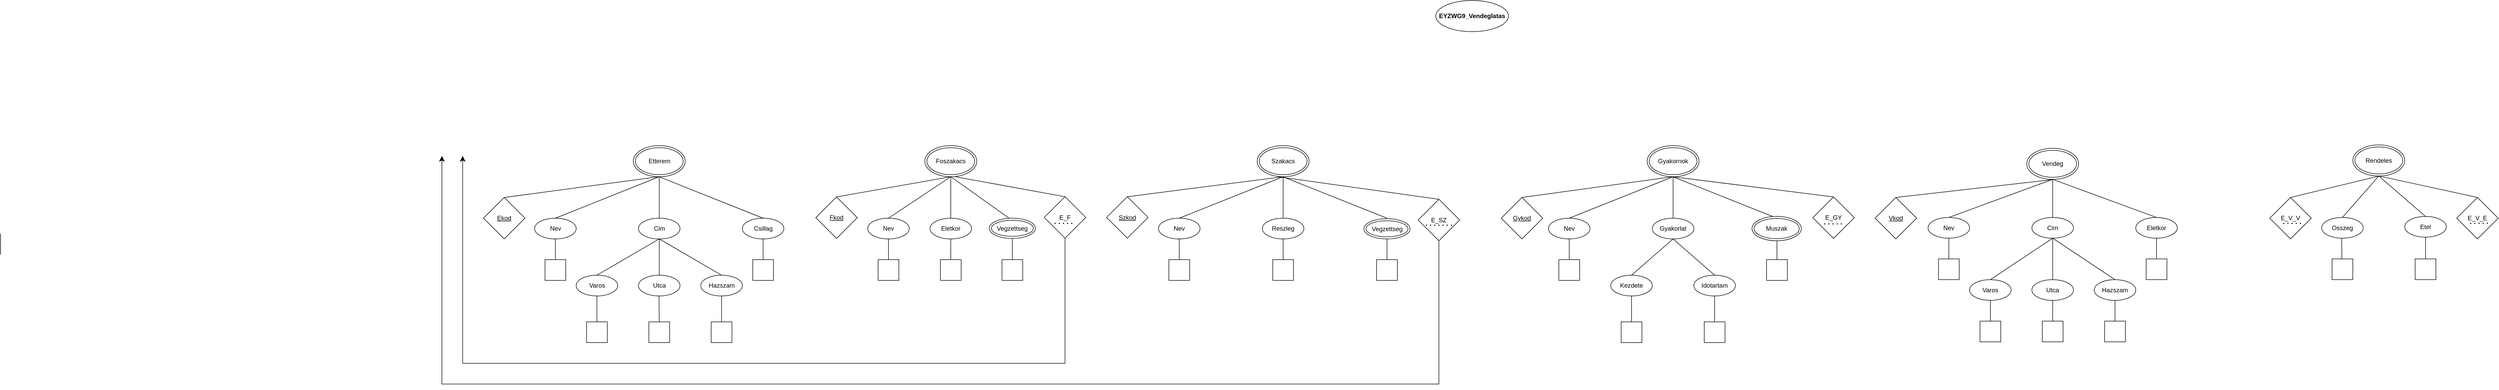
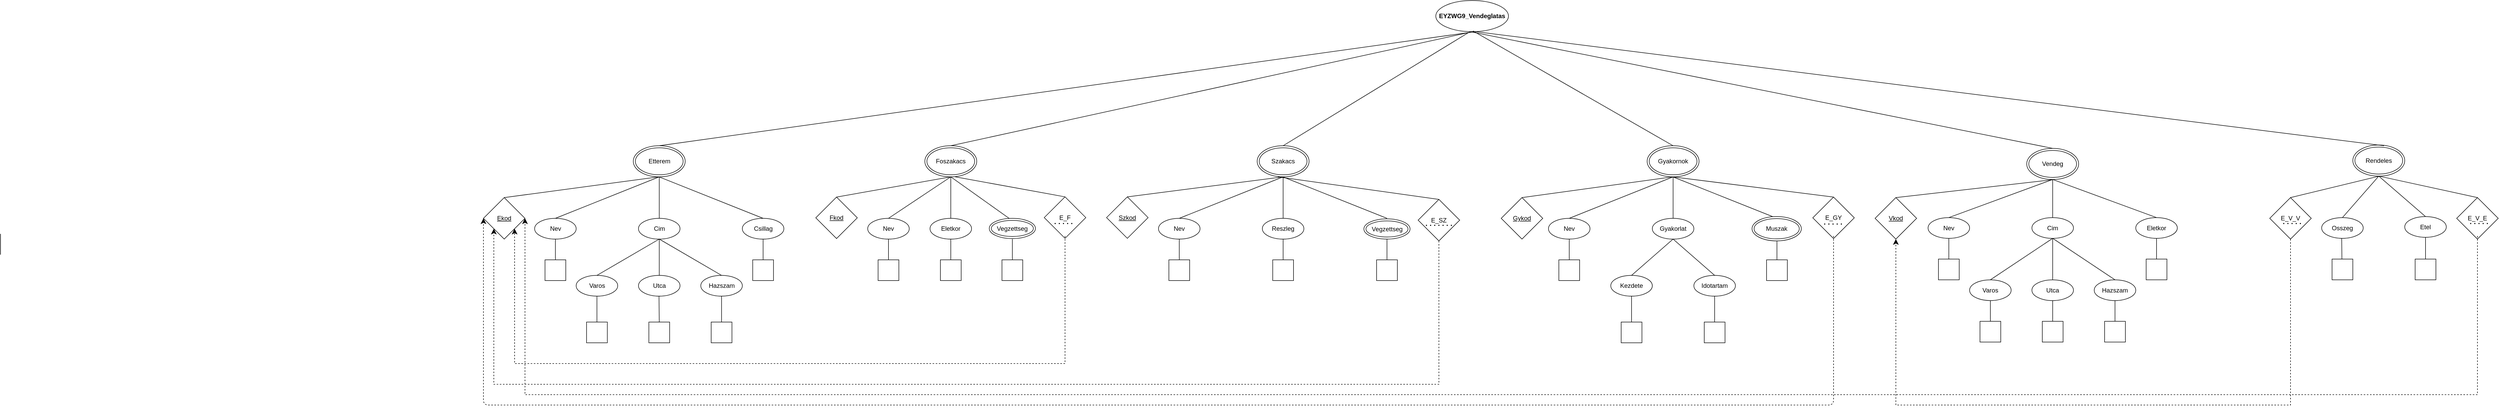
- <mxfile host="app.diagrams.net" agent="Mozilla/5.0 (Windows NT 10.0; Win64; x64) AppleWebKit/537.36 (KHTML, like Gecko) Chrome/146.0.0.0 Safari/537.36" version="29.6.3">
+ <mxfile host="app.diagrams.net" agent="Mozilla/5.0 (Windows NT 10.0; Win64; x64) AppleWebKit/537.36 (KHTML, like Gecko) Chrome/146.0.0.0 Safari/537.36" version="29.6.6">
  <diagram name="Oldal-1" id="nz7WcKxxeswCLz__thEY">
-     <mxGraphModel dx="2580" dy="1579" grid="1" gridSize="10" guides="1" tooltips="1" connect="1" arrows="1" fold="1" page="1" pageScale="1" pageWidth="827" pageHeight="1169" math="0" shadow="0">
+     <mxGraphModel dx="3231" dy="1863" grid="1" gridSize="10" guides="1" tooltips="1" connect="1" arrows="1" fold="1" page="1" pageScale="1" pageWidth="827" pageHeight="1169" math="0" shadow="0">
      <root>
        <mxCell id="0" />
        <mxCell id="1" parent="0" />
        <mxCell id="hJ1O73lJxuiaSyrEaOxn-101" parent="1" style="whiteSpace=wrap;html=1;aspect=fixed;" value="" vertex="1">
          <mxGeometry height="40" width="40" x="3240" y="438.57" as="geometry" />
        </mxCell>
        <mxCell id="hJ1O73lJxuiaSyrEaOxn-102" edge="1" parent="1" style="endArrow=none;html=1;rounded=0;exitX=0.5;exitY=1;exitDx=0;exitDy=0;" value="">
          <mxGeometry height="50" relative="1" width="50" as="geometry">
            <mxPoint x="3258.5699999999997" y="398.57" as="sourcePoint" />
            <mxPoint x="3259" y="438.57" as="targetPoint" />
          </mxGeometry>
        </mxCell>
        <mxCell id="hJ1O73lJxuiaSyrEaOxn-97" parent="1" style="whiteSpace=wrap;html=1;aspect=fixed;" value="" vertex="1">
          <mxGeometry height="40" width="40" x="2882" y="438.57" as="geometry" />
        </mxCell>
        <mxCell id="hJ1O73lJxuiaSyrEaOxn-98" edge="1" parent="1" source="hJ1O73lJxuiaSyrEaOxn-73" style="endArrow=none;html=1;rounded=0;exitX=0.5;exitY=1;exitDx=0;exitDy=0;" target="hJ1O73lJxuiaSyrEaOxn-97" value="">
          <mxGeometry height="50" relative="1" width="50" as="geometry">
            <mxPoint x="2862" y="398.57" as="sourcePoint" />
            <mxPoint x="2762.5" y="438.57" as="targetPoint" />
          </mxGeometry>
        </mxCell>
        <mxCell id="cRNSnMfscdT3k6Sjh0Lz-1" parent="1" style="ellipse;whiteSpace=wrap;html=1;" value="&lt;font dir=&quot;auto&quot; style=&quot;vertical-align: inherit;&quot;&gt;&lt;font dir=&quot;auto&quot; style=&quot;vertical-align: inherit;&quot;&gt;&lt;font dir=&quot;auto&quot; style=&quot;vertical-align: inherit;&quot;&gt;&lt;font dir=&quot;auto&quot; style=&quot;vertical-align: inherit;&quot;&gt;&lt;font dir=&quot;auto&quot; style=&quot;vertical-align: inherit;&quot;&gt;&lt;font dir=&quot;auto&quot; style=&quot;vertical-align: inherit;&quot;&gt;&lt;font dir=&quot;auto&quot; style=&quot;vertical-align: inherit;&quot;&gt;&lt;font dir=&quot;auto&quot; style=&quot;vertical-align: inherit;&quot;&gt;&lt;b&gt;&lt;font dir=&quot;auto&quot; style=&quot;vertical-align: inherit;&quot;&gt;&lt;font dir=&quot;auto&quot; style=&quot;vertical-align: inherit;&quot;&gt;EYZWG9_Vendeglatas&lt;/font&gt;&lt;/font&gt;&lt;/b&gt;&lt;/font&gt;&lt;/font&gt;&lt;/font&gt;&lt;/font&gt;&lt;/font&gt;&lt;/font&gt;&lt;/font&gt;&lt;/font&gt;" vertex="1">
          <mxGeometry height="60" width="140" x="1514" y="-60" as="geometry" />
        </mxCell>
        <mxCell id="cRNSnMfscdT3k6Sjh0Lz-2" parent="1" style="ellipse;shape=doubleEllipse;whiteSpace=wrap;html=1;" value="Etterem" vertex="1">
          <mxGeometry height="60" width="100" x="-31.43" y="220" as="geometry" />
        </mxCell>
        <mxCell id="cRNSnMfscdT3k6Sjh0Lz-5" parent="1" style="ellipse;shape=doubleEllipse;whiteSpace=wrap;html=1;" value="Rendeles" vertex="1">
          <mxGeometry height="60" width="100" x="3280" y="218.57" as="geometry" />
        </mxCell>
        <mxCell id="cRNSnMfscdT3k6Sjh0Lz-16" edge="1" parent="1" style="endArrow=none;html=1;rounded=0;exitX=0.5;exitY=1;exitDx=0;exitDy=0;entryX=0.5;entryY=0;entryDx=0;entryDy=0;" target="cRNSnMfscdT3k6Sjh0Lz-17" value="">
          <mxGeometry height="50" relative="1" width="50" as="geometry">
            <mxPoint x="17.57" y="280" as="sourcePoint" />
            <mxPoint x="-302.43" y="280" as="targetPoint" />
          </mxGeometry>
        </mxCell>
        <mxCell id="cRNSnMfscdT3k6Sjh0Lz-17" parent="1" style="rhombus;whiteSpace=wrap;html=1;" value="&lt;u&gt;Ekod&lt;/u&gt;" vertex="1">
          <mxGeometry height="80" width="80" x="-320" y="320" as="geometry" />
        </mxCell>
        <mxCell id="cRNSnMfscdT3k6Sjh0Lz-18" parent="1" style="ellipse;whiteSpace=wrap;html=1;" value="Nev" vertex="1">
          <mxGeometry height="40" width="80" x="-221.43" y="360" as="geometry" />
        </mxCell>
        <mxCell id="cRNSnMfscdT3k6Sjh0Lz-20" parent="1" style="ellipse;whiteSpace=wrap;html=1;" value="Cim" vertex="1">
          <mxGeometry height="40" width="80" x="-21.43" y="360" as="geometry" />
        </mxCell>
        <mxCell id="cRNSnMfscdT3k6Sjh0Lz-21" parent="1" style="ellipse;whiteSpace=wrap;html=1;" value="Csillag" vertex="1">
          <mxGeometry height="40" width="80" x="178.57" y="360" as="geometry" />
        </mxCell>
        <mxCell id="cRNSnMfscdT3k6Sjh0Lz-22" parent="1" style="ellipse;whiteSpace=wrap;html=1;" value="Varos" vertex="1">
          <mxGeometry height="40" width="80" x="-141.43" y="470" as="geometry" />
        </mxCell>
        <mxCell id="cRNSnMfscdT3k6Sjh0Lz-23" parent="1" style="ellipse;whiteSpace=wrap;html=1;" value="Utca" vertex="1">
          <mxGeometry height="40" width="80" x="-21.43" y="470" as="geometry" />
        </mxCell>
        <mxCell id="cRNSnMfscdT3k6Sjh0Lz-24" parent="1" style="ellipse;whiteSpace=wrap;html=1;" value="Hazszam" vertex="1">
          <mxGeometry height="40" width="80" x="98.57" y="470" as="geometry" />
        </mxCell>
        <mxCell id="cRNSnMfscdT3k6Sjh0Lz-26" edge="1" parent="1" style="endArrow=none;html=1;rounded=0;entryX=0.5;entryY=0;entryDx=0;entryDy=0;" target="cRNSnMfscdT3k6Sjh0Lz-18" value="">
          <mxGeometry height="50" relative="1" width="50" as="geometry">
            <mxPoint x="18.57" y="280" as="sourcePoint" />
            <mxPoint x="-81.43" y="370" as="targetPoint" />
          </mxGeometry>
        </mxCell>
        <mxCell id="cRNSnMfscdT3k6Sjh0Lz-28" edge="1" parent="1" source="cRNSnMfscdT3k6Sjh0Lz-2" style="endArrow=none;html=1;rounded=0;entryX=0.5;entryY=0;entryDx=0;entryDy=0;exitX=0.5;exitY=1;exitDx=0;exitDy=0;" target="cRNSnMfscdT3k6Sjh0Lz-20" value="">
          <mxGeometry height="50" relative="1" width="50" as="geometry">
            <mxPoint x="68.57" y="310" as="sourcePoint" />
            <mxPoint x="-31.43" y="400" as="targetPoint" />
          </mxGeometry>
        </mxCell>
        <mxCell id="cRNSnMfscdT3k6Sjh0Lz-29" edge="1" parent="1" style="endArrow=none;html=1;rounded=0;entryX=0.5;entryY=0;entryDx=0;entryDy=0;exitX=0.5;exitY=1;exitDx=0;exitDy=0;" target="cRNSnMfscdT3k6Sjh0Lz-21" value="">
          <mxGeometry height="50" relative="1" width="50" as="geometry">
            <mxPoint x="18.07" y="280" as="sourcePoint" />
            <mxPoint x="18.07" y="370" as="targetPoint" />
          </mxGeometry>
        </mxCell>
        <mxCell id="cRNSnMfscdT3k6Sjh0Lz-30" edge="1" parent="1" source="cRNSnMfscdT3k6Sjh0Lz-20" style="endArrow=none;html=1;rounded=0;entryX=0.5;entryY=0;entryDx=0;entryDy=0;exitX=0.5;exitY=1;exitDx=0;exitDy=0;" target="cRNSnMfscdT3k6Sjh0Lz-22" value="">
          <mxGeometry height="50" relative="1" width="50" as="geometry">
            <mxPoint x="-71.93" y="380" as="sourcePoint" />
            <mxPoint x="-71.93" y="470" as="targetPoint" />
          </mxGeometry>
        </mxCell>
        <mxCell id="cRNSnMfscdT3k6Sjh0Lz-32" edge="1" parent="1" source="cRNSnMfscdT3k6Sjh0Lz-20" style="endArrow=none;html=1;rounded=0;entryX=0.5;entryY=0;entryDx=0;entryDy=0;exitX=0.5;exitY=1;exitDx=0;exitDy=0;" target="cRNSnMfscdT3k6Sjh0Lz-24" value="">
          <mxGeometry height="50" relative="1" width="50" as="geometry">
            <mxPoint x="18.07" y="410" as="sourcePoint" />
            <mxPoint x="18.07" y="470" as="targetPoint" />
          </mxGeometry>
        </mxCell>
        <mxCell id="cRNSnMfscdT3k6Sjh0Lz-46" parent="1" style="whiteSpace=wrap;html=1;aspect=fixed;" value="" vertex="1">
          <mxGeometry height="40" width="40" x="-121.43" y="560" as="geometry" />
        </mxCell>
        <mxCell id="cRNSnMfscdT3k6Sjh0Lz-52" edge="1" parent="1" style="endArrow=none;html=1;rounded=0;exitX=0.5;exitY=1;exitDx=0;exitDy=0;entryX=0.5;entryY=0;entryDx=0;entryDy=0;" target="cRNSnMfscdT3k6Sjh0Lz-50" value="">
          <mxGeometry height="50" relative="1" width="50" as="geometry">
            <mxPoint x="18.07" y="510" as="sourcePoint" />
            <mxPoint x="18.57" y="550" as="targetPoint" />
          </mxGeometry>
        </mxCell>
        <mxCell id="cRNSnMfscdT3k6Sjh0Lz-50" parent="1" style="whiteSpace=wrap;html=1;aspect=fixed;" value="" vertex="1">
          <mxGeometry height="40" width="40" x="-1.43" y="560" as="geometry" />
        </mxCell>
        <mxCell id="cRNSnMfscdT3k6Sjh0Lz-51" parent="1" style="whiteSpace=wrap;html=1;aspect=fixed;" value="" vertex="1">
          <mxGeometry height="40" width="40" x="118.57" y="560" as="geometry" />
        </mxCell>
        <mxCell id="cRNSnMfscdT3k6Sjh0Lz-56" edge="1" parent="1" source="cRNSnMfscdT3k6Sjh0Lz-21" style="endArrow=none;html=1;rounded=0;exitX=0.5;exitY=1;exitDx=0;exitDy=0;" target="cRNSnMfscdT3k6Sjh0Lz-55" value="">
          <mxGeometry height="50" relative="1" width="50" as="geometry">
            <Array as="points" />
            <mxPoint x="188.57" y="430" as="sourcePoint" />
            <mxPoint x="188.07" y="460" as="targetPoint" />
          </mxGeometry>
        </mxCell>
        <mxCell id="cRNSnMfscdT3k6Sjh0Lz-55" parent="1" style="whiteSpace=wrap;html=1;aspect=fixed;" value="" vertex="1">
          <mxGeometry height="40" width="40" x="198.57" y="440" as="geometry" />
        </mxCell>
        <mxCell id="hJ1O73lJxuiaSyrEaOxn-1" edge="1" parent="1" source="hJ1O73lJxuiaSyrEaOxn-3" style="endArrow=none;html=1;rounded=0;exitX=0.5;exitY=0;exitDx=0;exitDy=0;entryX=0.5;entryY=1;entryDx=0;entryDy=0;" target="cRNSnMfscdT3k6Sjh0Lz-18" value="">
          <mxGeometry height="50" relative="1" width="50" as="geometry">
            <mxPoint x="-151.43" y="440" as="sourcePoint" />
            <mxPoint x="-151.43" y="410" as="targetPoint" />
          </mxGeometry>
        </mxCell>
        <mxCell id="hJ1O73lJxuiaSyrEaOxn-3" parent="1" style="whiteSpace=wrap;html=1;aspect=fixed;" value="" vertex="1">
          <mxGeometry height="40" width="40" x="-201.43" y="440" as="geometry" />
        </mxCell>
        <mxCell id="hJ1O73lJxuiaSyrEaOxn-5" edge="1" parent="1" source="cRNSnMfscdT3k6Sjh0Lz-24" style="endArrow=none;html=1;rounded=0;exitX=0.5;exitY=1;exitDx=0;exitDy=0;" target="cRNSnMfscdT3k6Sjh0Lz-51" value="">
          <mxGeometry height="50" relative="1" width="50" as="geometry">
            <mxPoint x="18.57" y="520" as="sourcePoint" />
            <mxPoint x="19.07" y="560" as="targetPoint" />
          </mxGeometry>
        </mxCell>
        <mxCell id="hJ1O73lJxuiaSyrEaOxn-8" edge="1" parent="1" source="cRNSnMfscdT3k6Sjh0Lz-46" style="endArrow=none;html=1;rounded=0;entryX=0.5;entryY=1;entryDx=0;entryDy=0;" target="cRNSnMfscdT3k6Sjh0Lz-22" value="">
          <mxGeometry height="50" relative="1" width="50" as="geometry">
            <mxPoint x="-141.43" y="560" as="sourcePoint" />
            <mxPoint x="-91.43" y="510" as="targetPoint" />
          </mxGeometry>
        </mxCell>
        <mxCell id="hJ1O73lJxuiaSyrEaOxn-16" parent="1" style="ellipse;whiteSpace=wrap;html=1;" value="Osszeg" vertex="1">
          <mxGeometry height="40" width="80" x="3220" y="358.57" as="geometry" />
        </mxCell>
        <mxCell id="hJ1O73lJxuiaSyrEaOxn-19" edge="1" parent="1" source="cRNSnMfscdT3k6Sjh0Lz-5" style="endArrow=none;html=1;rounded=0;entryX=0.5;entryY=0;entryDx=0;entryDy=0;exitX=0.5;exitY=1;exitDx=0;exitDy=0;" target="hJ1O73lJxuiaSyrEaOxn-16" value="">
          <mxGeometry height="50" relative="1" width="50" as="geometry">
            <mxPoint x="3070" y="338.57" as="sourcePoint" />
            <mxPoint x="3270.5" y="418.57" as="targetPoint" />
          </mxGeometry>
        </mxCell>
        <mxCell id="hJ1O73lJxuiaSyrEaOxn-17" parent="1" style="ellipse;whiteSpace=wrap;html=1;" value="Etel" vertex="1">
          <mxGeometry height="40" width="80" x="3380" y="356.57" as="geometry" />
        </mxCell>
        <mxCell id="hJ1O73lJxuiaSyrEaOxn-20" edge="1" parent="1" style="endArrow=none;html=1;rounded=0;entryX=0.5;entryY=0;entryDx=0;entryDy=0;" target="hJ1O73lJxuiaSyrEaOxn-17" value="">
          <mxGeometry height="50" relative="1" width="50" as="geometry">
            <mxPoint x="3330" y="278.57" as="sourcePoint" />
            <mxPoint x="3250" y="358.57" as="targetPoint" />
          </mxGeometry>
        </mxCell>
        <mxCell id="hJ1O73lJxuiaSyrEaOxn-70" parent="1" style="ellipse;shape=doubleEllipse;whiteSpace=wrap;html=1;" value="Vendeg" vertex="1">
          <mxGeometry height="60" width="100" x="2652" y="225.07" as="geometry" />
        </mxCell>
        <mxCell id="hJ1O73lJxuiaSyrEaOxn-71" parent="1" style="ellipse;whiteSpace=wrap;html=1;" value="Cim" vertex="1">
          <mxGeometry height="40" width="80" x="2662" y="358.57" as="geometry" />
        </mxCell>
        <mxCell id="hJ1O73lJxuiaSyrEaOxn-73" parent="1" style="ellipse;whiteSpace=wrap;html=1;" value="Eletkor" vertex="1">
          <mxGeometry height="40" width="80" x="2862" y="358.57" as="geometry" />
        </mxCell>
        <mxCell id="hJ1O73lJxuiaSyrEaOxn-74" parent="1" style="ellipse;whiteSpace=wrap;html=1;" value="Nev" vertex="1">
          <mxGeometry height="40" width="80" x="2462" y="358.57" as="geometry" />
        </mxCell>
        <mxCell id="hJ1O73lJxuiaSyrEaOxn-75" parent="1" style="ellipse;whiteSpace=wrap;html=1;" value="Varos" vertex="1">
          <mxGeometry height="40" width="80" x="2542" y="478.57" as="geometry" />
        </mxCell>
        <mxCell id="hJ1O73lJxuiaSyrEaOxn-76" parent="1" style="ellipse;whiteSpace=wrap;html=1;" value="Utca" vertex="1">
          <mxGeometry height="40" width="80" x="2662" y="478.57" as="geometry" />
        </mxCell>
        <mxCell id="hJ1O73lJxuiaSyrEaOxn-77" parent="1" style="ellipse;whiteSpace=wrap;html=1;" value="Hazszam" vertex="1">
          <mxGeometry height="40" width="80" x="2782" y="478.57" as="geometry" />
        </mxCell>
        <mxCell id="hJ1O73lJxuiaSyrEaOxn-78" edge="1" parent="1" source="hJ1O73lJxuiaSyrEaOxn-70" style="endArrow=none;html=1;rounded=0;entryX=0.5;entryY=0;entryDx=0;entryDy=0;exitX=0.5;exitY=1;exitDx=0;exitDy=0;" target="hJ1O73lJxuiaSyrEaOxn-71" value="">
          <mxGeometry height="50" relative="1" width="50" as="geometry">
            <mxPoint x="2722" y="238.57" as="sourcePoint" />
            <mxPoint x="2622" y="328.57" as="targetPoint" />
          </mxGeometry>
        </mxCell>
        <mxCell id="hJ1O73lJxuiaSyrEaOxn-79" edge="1" parent="1" source="hJ1O73lJxuiaSyrEaOxn-70" style="endArrow=none;html=1;rounded=0;entryX=0.5;entryY=0;entryDx=0;entryDy=0;exitX=0.5;exitY=1;exitDx=0;exitDy=0;" target="hJ1O73lJxuiaSyrEaOxn-73" value="">
          <mxGeometry height="50" relative="1" width="50" as="geometry">
            <mxPoint x="2772" y="268.57" as="sourcePoint" />
            <mxPoint x="2672" y="358.57" as="targetPoint" />
          </mxGeometry>
        </mxCell>
        <mxCell id="hJ1O73lJxuiaSyrEaOxn-80" edge="1" parent="1" source="hJ1O73lJxuiaSyrEaOxn-70" style="endArrow=none;html=1;rounded=0;entryX=0.5;entryY=0;entryDx=0;entryDy=0;exitX=0.5;exitY=1;exitDx=0;exitDy=0;" value="">
          <mxGeometry height="50" relative="1" width="50" as="geometry">
            <mxPoint x="2721.5" y="238.57" as="sourcePoint" />
            <mxPoint x="2502" y="358.57" as="targetPoint" />
          </mxGeometry>
        </mxCell>
        <mxCell id="hJ1O73lJxuiaSyrEaOxn-81" edge="1" parent="1" source="hJ1O73lJxuiaSyrEaOxn-71" style="endArrow=none;html=1;rounded=0;entryX=0.5;entryY=0;entryDx=0;entryDy=0;exitX=0.5;exitY=1;exitDx=0;exitDy=0;" target="hJ1O73lJxuiaSyrEaOxn-75" value="">
          <mxGeometry height="50" relative="1" width="50" as="geometry">
            <mxPoint x="2791.5" y="378.57" as="sourcePoint" />
            <mxPoint x="2582" y="508.57" as="targetPoint" />
          </mxGeometry>
        </mxCell>
        <mxCell id="hJ1O73lJxuiaSyrEaOxn-83" edge="1" parent="1" source="hJ1O73lJxuiaSyrEaOxn-71" style="endArrow=none;html=1;rounded=0;entryX=0.5;entryY=0;entryDx=0;entryDy=0;exitX=0.5;exitY=1;exitDx=0;exitDy=0;" target="hJ1O73lJxuiaSyrEaOxn-77" value="">
          <mxGeometry height="50" relative="1" width="50" as="geometry">
            <mxPoint x="2921.5" y="408.57" as="sourcePoint" />
            <mxPoint x="2921.5" y="468.57" as="targetPoint" />
          </mxGeometry>
        </mxCell>
        <mxCell id="hJ1O73lJxuiaSyrEaOxn-85" edge="1" parent="1" source="hJ1O73lJxuiaSyrEaOxn-76" style="endArrow=none;html=1;rounded=0;exitX=0.5;exitY=1;exitDx=0;exitDy=0;entryX=0.5;entryY=0;entryDx=0;entryDy=0;" target="hJ1O73lJxuiaSyrEaOxn-86" value="">
          <mxGeometry height="50" relative="1" width="50" as="geometry">
            <mxPoint x="2721.5" y="548.57" as="sourcePoint" />
            <mxPoint x="2722" y="588.57" as="targetPoint" />
          </mxGeometry>
        </mxCell>
        <mxCell id="hJ1O73lJxuiaSyrEaOxn-86" parent="1" style="whiteSpace=wrap;html=1;aspect=fixed;" value="" vertex="1">
          <mxGeometry height="40" width="40" x="2682" y="558.57" as="geometry" />
        </mxCell>
        <mxCell id="hJ1O73lJxuiaSyrEaOxn-87" parent="1" style="whiteSpace=wrap;html=1;aspect=fixed;" value="" vertex="1">
          <mxGeometry height="40" width="40" x="2802" y="558.57" as="geometry" />
        </mxCell>
        <mxCell id="hJ1O73lJxuiaSyrEaOxn-88" edge="1" parent="1" style="endArrow=none;html=1;rounded=0;exitX=0.5;exitY=1;exitDx=0;exitDy=0;" target="hJ1O73lJxuiaSyrEaOxn-89" value="">
          <mxGeometry height="50" relative="1" width="50" as="geometry">
            <Array as="points" />
            <mxPoint x="2502" y="398.57" as="sourcePoint" />
            <mxPoint x="2531.5" y="458.57" as="targetPoint" />
          </mxGeometry>
        </mxCell>
        <mxCell id="hJ1O73lJxuiaSyrEaOxn-89" parent="1" style="whiteSpace=wrap;html=1;aspect=fixed;" value="" vertex="1">
          <mxGeometry height="40" width="40" x="2482" y="438.57" as="geometry" />
        </mxCell>
        <mxCell id="hJ1O73lJxuiaSyrEaOxn-92" edge="1" parent="1" source="hJ1O73lJxuiaSyrEaOxn-77" style="endArrow=none;html=1;rounded=0;exitX=0.5;exitY=1;exitDx=0;exitDy=0;" target="hJ1O73lJxuiaSyrEaOxn-87" value="">
          <mxGeometry height="50" relative="1" width="50" as="geometry">
            <mxPoint x="2722" y="558.57" as="sourcePoint" />
            <mxPoint x="2722.5" y="598.57" as="targetPoint" />
          </mxGeometry>
        </mxCell>
        <mxCell id="hJ1O73lJxuiaSyrEaOxn-93" edge="1" parent="1" source="hJ1O73lJxuiaSyrEaOxn-84" style="endArrow=none;html=1;rounded=0;entryX=0.5;entryY=1;entryDx=0;entryDy=0;" target="hJ1O73lJxuiaSyrEaOxn-75" value="">
          <mxGeometry height="50" relative="1" width="50" as="geometry">
            <mxPoint x="2582" y="598.57" as="sourcePoint" />
            <mxPoint x="2582" y="548.57" as="targetPoint" />
          </mxGeometry>
        </mxCell>
        <mxCell id="hJ1O73lJxuiaSyrEaOxn-99" parent="1" style="whiteSpace=wrap;html=1;aspect=fixed;" value="" vertex="1">
          <mxGeometry height="40" width="40" x="3400" y="438.57" as="geometry" />
        </mxCell>
        <mxCell id="hJ1O73lJxuiaSyrEaOxn-100" edge="1" parent="1" source="hJ1O73lJxuiaSyrEaOxn-17" style="endArrow=none;html=1;rounded=0;exitX=0.5;exitY=1;exitDx=0;exitDy=0;entryX=0.5;entryY=0;entryDx=0;entryDy=0;" target="hJ1O73lJxuiaSyrEaOxn-99" value="">
          <mxGeometry height="50" relative="1" width="50" as="geometry">
            <mxPoint x="3430" y="398.57" as="sourcePoint" />
            <mxPoint x="3430" y="438.57" as="targetPoint" />
          </mxGeometry>
        </mxCell>
        <mxCell id="hJ1O73lJxuiaSyrEaOxn-94" edge="1" parent="1" source="hJ1O73lJxuiaSyrEaOxn-71" style="endArrow=none;html=1;rounded=0;entryX=0.5;entryY=0;entryDx=0;entryDy=0;exitX=0.5;exitY=1;exitDx=0;exitDy=0;" target="hJ1O73lJxuiaSyrEaOxn-76" value="">
          <mxGeometry height="50" relative="1" width="50" as="geometry">
            <mxPoint x="2922" y="398.57" as="sourcePoint" />
            <mxPoint x="2872" y="488.57" as="targetPoint" />
          </mxGeometry>
        </mxCell>
        <mxCell id="RG7e_Q1HWxDHngHTMkDe-1" parent="1" style="ellipse;shape=doubleEllipse;whiteSpace=wrap;html=1;" value="Szakacs" vertex="1">
          <mxGeometry height="60" width="100" x="1170" y="220" as="geometry" />
        </mxCell>
        <mxCell id="RG7e_Q1HWxDHngHTMkDe-2" edge="1" parent="1" source="RG7e_Q1HWxDHngHTMkDe-1" style="endArrow=none;html=1;rounded=0;exitX=0.5;exitY=1;exitDx=0;exitDy=0;entryX=0.5;entryY=0;entryDx=0;entryDy=0;" target="RG7e_Q1HWxDHngHTMkDe-3" value="">
          <mxGeometry height="50" relative="1" width="50" as="geometry">
            <mxPoint x="1160" y="330" as="sourcePoint" />
            <mxPoint x="1160" y="320" as="targetPoint" />
          </mxGeometry>
        </mxCell>
        <mxCell id="RG7e_Q1HWxDHngHTMkDe-3" parent="1" style="rhombus;whiteSpace=wrap;html=1;" value="&lt;u&gt;Szkod&lt;/u&gt;" vertex="1">
          <mxGeometry height="80" width="80" x="880" y="318.57" as="geometry" />
        </mxCell>
        <mxCell id="RG7e_Q1HWxDHngHTMkDe-4" parent="1" style="ellipse;whiteSpace=wrap;html=1;" value="Nev" vertex="1">
          <mxGeometry height="40" width="80" x="980" y="360" as="geometry" />
        </mxCell>
        <mxCell id="RG7e_Q1HWxDHngHTMkDe-6" parent="1" style="ellipse;whiteSpace=wrap;html=1;" value="Reszleg" vertex="1">
          <mxGeometry height="40" width="80" x="1180" y="360" as="geometry" />
        </mxCell>
        <mxCell id="RG7e_Q1HWxDHngHTMkDe-11" edge="1" parent="1" style="endArrow=none;html=1;rounded=0;entryX=0.5;entryY=0;entryDx=0;entryDy=0;" target="RG7e_Q1HWxDHngHTMkDe-4" value="">
          <mxGeometry height="50" relative="1" width="50" as="geometry">
            <mxPoint x="1220" y="280" as="sourcePoint" />
            <mxPoint x="1120" y="370" as="targetPoint" />
          </mxGeometry>
        </mxCell>
        <mxCell id="RG7e_Q1HWxDHngHTMkDe-12" edge="1" parent="1" source="RG7e_Q1HWxDHngHTMkDe-1" style="endArrow=none;html=1;rounded=0;entryX=0.5;entryY=0;entryDx=0;entryDy=0;exitX=0.5;exitY=1;exitDx=0;exitDy=0;" target="RG7e_Q1HWxDHngHTMkDe-6" value="">
          <mxGeometry height="50" relative="1" width="50" as="geometry">
            <mxPoint x="1270" y="310" as="sourcePoint" />
            <mxPoint x="1170" y="400" as="targetPoint" />
          </mxGeometry>
        </mxCell>
        <mxCell id="RG7e_Q1HWxDHngHTMkDe-13" edge="1" parent="1" style="endArrow=none;html=1;rounded=0;entryX=0.5;entryY=0;entryDx=0;entryDy=0;exitX=0.5;exitY=1;exitDx=0;exitDy=0;" value="">
          <mxGeometry height="50" relative="1" width="50" as="geometry">
            <mxPoint x="1219.5" y="280" as="sourcePoint" />
            <mxPoint x="1420" y="360" as="targetPoint" />
          </mxGeometry>
        </mxCell>
        <mxCell id="RG7e_Q1HWxDHngHTMkDe-23" edge="1" parent="1" style="endArrow=none;html=1;rounded=0;exitX=0.5;exitY=1;exitDx=0;exitDy=0;" value="">
          <mxGeometry height="50" relative="1" width="50" as="geometry">
            <Array as="points" />
            <mxPoint x="-1249.9999999999995" y="390" as="sourcePoint" />
            <mxPoint x="-1249.9999999999995" y="430" as="targetPoint" />
          </mxGeometry>
        </mxCell>
        <mxCell id="RG7e_Q1HWxDHngHTMkDe-24" parent="1" style="whiteSpace=wrap;html=1;aspect=fixed;" value="" vertex="1">
          <mxGeometry height="40" width="40" x="1400" y="440" as="geometry" />
        </mxCell>
        <mxCell id="RG7e_Q1HWxDHngHTMkDe-25" edge="1" parent="1" source="RG7e_Q1HWxDHngHTMkDe-26" style="endArrow=none;html=1;rounded=0;exitX=0.5;exitY=0;exitDx=0;exitDy=0;entryX=0.5;entryY=1;entryDx=0;entryDy=0;" target="RG7e_Q1HWxDHngHTMkDe-4" value="">
          <mxGeometry height="50" relative="1" width="50" as="geometry">
            <mxPoint x="1050" y="440" as="sourcePoint" />
            <mxPoint x="1050" y="410" as="targetPoint" />
          </mxGeometry>
        </mxCell>
        <mxCell id="RG7e_Q1HWxDHngHTMkDe-26" parent="1" style="whiteSpace=wrap;html=1;aspect=fixed;" value="" vertex="1">
          <mxGeometry height="40" width="40" x="1000" y="440" as="geometry" />
        </mxCell>
        <mxCell id="RG7e_Q1HWxDHngHTMkDe-29" edge="1" parent="1" source="RG7e_Q1HWxDHngHTMkDe-6" style="endArrow=none;html=1;rounded=0;exitX=0.5;exitY=1;exitDx=0;exitDy=0;entryX=0.5;entryY=0;entryDx=0;entryDy=0;" target="RG7e_Q1HWxDHngHTMkDe-30" value="">
          <mxGeometry height="50" relative="1" width="50" as="geometry">
            <mxPoint x="930" y="440" as="sourcePoint" />
            <mxPoint x="1220" y="430" as="targetPoint" />
          </mxGeometry>
        </mxCell>
        <mxCell id="RG7e_Q1HWxDHngHTMkDe-30" parent="1" style="whiteSpace=wrap;html=1;aspect=fixed;" value="" vertex="1">
          <mxGeometry height="40" width="40" x="1200" y="440" as="geometry" />
        </mxCell>
        <mxCell id="RG7e_Q1HWxDHngHTMkDe-33" parent="1" style="ellipse;shape=doubleEllipse;whiteSpace=wrap;html=1;" value="Foszakacs" vertex="1">
          <mxGeometry height="60" width="100" x="530" y="220" as="geometry" />
        </mxCell>
        <mxCell id="RG7e_Q1HWxDHngHTMkDe-35" parent="1" style="rhombus;whiteSpace=wrap;html=1;" value="&lt;u&gt;Fkod&lt;/u&gt;" vertex="1">
          <mxGeometry height="80" width="80" x="320" y="319" as="geometry" />
        </mxCell>
        <mxCell id="RG7e_Q1HWxDHngHTMkDe-36" parent="1" style="ellipse;whiteSpace=wrap;html=1;" value="Nev" vertex="1">
          <mxGeometry height="40" width="80" x="420" y="360" as="geometry" />
        </mxCell>
        <mxCell id="RG7e_Q1HWxDHngHTMkDe-37" parent="1" style="ellipse;whiteSpace=wrap;html=1;" value="Eletkor" vertex="1">
          <mxGeometry height="40" width="80" x="540" y="360" as="geometry" />
        </mxCell>
        <mxCell id="RG7e_Q1HWxDHngHTMkDe-40" edge="1" parent="1" source="RG7e_Q1HWxDHngHTMkDe-33" style="endArrow=none;html=1;rounded=0;entryX=0.5;entryY=0;entryDx=0;entryDy=0;exitX=0.5;exitY=1;exitDx=0;exitDy=0;" target="RG7e_Q1HWxDHngHTMkDe-37" value="">
          <mxGeometry height="50" relative="1" width="50" as="geometry">
            <mxPoint x="710" y="310" as="sourcePoint" />
            <mxPoint x="610" y="400" as="targetPoint" />
          </mxGeometry>
        </mxCell>
        <mxCell id="RG7e_Q1HWxDHngHTMkDe-44" edge="1" parent="1" style="endArrow=none;html=1;rounded=0;exitX=0.5;exitY=1;exitDx=0;exitDy=0;" target="RG7e_Q1HWxDHngHTMkDe-45" value="">
          <mxGeometry height="50" relative="1" width="50" as="geometry">
            <Array as="points" />
            <mxPoint x="698.5699999999997" y="400" as="sourcePoint" />
            <mxPoint x="829.5" y="460" as="targetPoint" />
          </mxGeometry>
        </mxCell>
        <mxCell id="RG7e_Q1HWxDHngHTMkDe-45" parent="1" style="whiteSpace=wrap;html=1;aspect=fixed;" value="" vertex="1">
          <mxGeometry height="40" width="40" x="678.5699999999999" y="440" as="geometry" />
        </mxCell>
        <mxCell id="RG7e_Q1HWxDHngHTMkDe-46" edge="1" parent="1" source="RG7e_Q1HWxDHngHTMkDe-47" style="endArrow=none;html=1;rounded=0;exitX=0.5;exitY=0;exitDx=0;exitDy=0;entryX=0.5;entryY=1;entryDx=0;entryDy=0;" target="RG7e_Q1HWxDHngHTMkDe-36" value="">
          <mxGeometry height="50" relative="1" width="50" as="geometry">
            <mxPoint x="490" y="440" as="sourcePoint" />
            <mxPoint x="490" y="410" as="targetPoint" />
          </mxGeometry>
        </mxCell>
        <mxCell id="RG7e_Q1HWxDHngHTMkDe-47" parent="1" style="whiteSpace=wrap;html=1;aspect=fixed;" value="" vertex="1">
          <mxGeometry height="40" width="40" x="440" y="440" as="geometry" />
        </mxCell>
        <mxCell id="RG7e_Q1HWxDHngHTMkDe-48" edge="1" parent="1" source="RG7e_Q1HWxDHngHTMkDe-37" style="endArrow=none;html=1;rounded=0;exitX=0.5;exitY=1;exitDx=0;exitDy=0;entryX=0.5;entryY=0;entryDx=0;entryDy=0;" target="RG7e_Q1HWxDHngHTMkDe-49" value="">
          <mxGeometry height="50" relative="1" width="50" as="geometry">
            <mxPoint x="370" y="440" as="sourcePoint" />
            <mxPoint x="660" y="430" as="targetPoint" />
          </mxGeometry>
        </mxCell>
        <mxCell id="RG7e_Q1HWxDHngHTMkDe-49" parent="1" style="whiteSpace=wrap;html=1;aspect=fixed;" value="" vertex="1">
          <mxGeometry height="40" width="40" x="560" y="440" as="geometry" />
        </mxCell>
        <mxCell id="RG7e_Q1HWxDHngHTMkDe-50" parent="1" style="ellipse;shape=doubleEllipse;whiteSpace=wrap;html=1;" value="Gyakornok" vertex="1">
          <mxGeometry height="60" width="100" x="1921" y="220" as="geometry" />
        </mxCell>
        <mxCell id="RG7e_Q1HWxDHngHTMkDe-52" parent="1" style="rhombus;whiteSpace=wrap;html=1;" value="&lt;u&gt;Gykod&lt;/u&gt;" vertex="1">
          <mxGeometry height="80" width="80" x="1640" y="320" as="geometry" />
        </mxCell>
        <mxCell id="RG7e_Q1HWxDHngHTMkDe-53" parent="1" style="ellipse;whiteSpace=wrap;html=1;" value="Nev" vertex="1">
          <mxGeometry height="40" width="80" x="1731" y="360" as="geometry" />
        </mxCell>
        <mxCell id="RG7e_Q1HWxDHngHTMkDe-55" parent="1" style="ellipse;whiteSpace=wrap;html=1;" value="Gyakorlat" vertex="1">
          <mxGeometry height="40" width="80" x="1931" y="360" as="geometry" />
        </mxCell>
        <mxCell id="RG7e_Q1HWxDHngHTMkDe-57" parent="1" style="ellipse;whiteSpace=wrap;html=1;" value="Kezdete" vertex="1">
          <mxGeometry height="40" width="80" x="1851" y="470" as="geometry" />
        </mxCell>
        <mxCell id="RG7e_Q1HWxDHngHTMkDe-59" parent="1" style="ellipse;whiteSpace=wrap;html=1;" value="Idotartam" vertex="1">
          <mxGeometry height="40" width="80" x="2011" y="470" as="geometry" />
        </mxCell>
        <mxCell id="RG7e_Q1HWxDHngHTMkDe-60" edge="1" parent="1" style="endArrow=none;html=1;rounded=0;entryX=0.5;entryY=0;entryDx=0;entryDy=0;" target="RG7e_Q1HWxDHngHTMkDe-53" value="">
          <mxGeometry height="50" relative="1" width="50" as="geometry">
            <mxPoint x="1971" y="280" as="sourcePoint" />
            <mxPoint x="1871" y="370" as="targetPoint" />
          </mxGeometry>
        </mxCell>
        <mxCell id="RG7e_Q1HWxDHngHTMkDe-61" edge="1" parent="1" source="RG7e_Q1HWxDHngHTMkDe-50" style="endArrow=none;html=1;rounded=0;entryX=0.5;entryY=0;entryDx=0;entryDy=0;exitX=0.5;exitY=1;exitDx=0;exitDy=0;" target="RG7e_Q1HWxDHngHTMkDe-55" value="">
          <mxGeometry height="50" relative="1" width="50" as="geometry">
            <mxPoint x="2021" y="310" as="sourcePoint" />
            <mxPoint x="1921" y="400" as="targetPoint" />
          </mxGeometry>
        </mxCell>
        <mxCell id="RG7e_Q1HWxDHngHTMkDe-62" edge="1" parent="1" style="endArrow=none;html=1;rounded=0;entryX=0.5;entryY=0;entryDx=0;entryDy=0;exitX=0.5;exitY=1;exitDx=0;exitDy=0;" value="">
          <mxGeometry height="50" relative="1" width="50" as="geometry">
            <mxPoint x="1970.5" y="280" as="sourcePoint" />
            <mxPoint x="2171" y="360" as="targetPoint" />
          </mxGeometry>
        </mxCell>
        <mxCell id="RG7e_Q1HWxDHngHTMkDe-63" edge="1" parent="1" source="RG7e_Q1HWxDHngHTMkDe-55" style="endArrow=none;html=1;rounded=0;entryX=0.5;entryY=0;entryDx=0;entryDy=0;exitX=0.5;exitY=1;exitDx=0;exitDy=0;" target="RG7e_Q1HWxDHngHTMkDe-57" value="">
          <mxGeometry height="50" relative="1" width="50" as="geometry">
            <mxPoint x="1880.5" y="380" as="sourcePoint" />
            <mxPoint x="1880.5" y="470" as="targetPoint" />
          </mxGeometry>
        </mxCell>
        <mxCell id="RG7e_Q1HWxDHngHTMkDe-65" edge="1" parent="1" source="RG7e_Q1HWxDHngHTMkDe-55" style="endArrow=none;html=1;rounded=0;entryX=0.5;entryY=0;entryDx=0;entryDy=0;exitX=0.5;exitY=1;exitDx=0;exitDy=0;" target="RG7e_Q1HWxDHngHTMkDe-59" value="">
          <mxGeometry height="50" relative="1" width="50" as="geometry">
            <mxPoint x="1970.5" y="410" as="sourcePoint" />
            <mxPoint x="1970.5" y="470" as="targetPoint" />
          </mxGeometry>
        </mxCell>
        <mxCell id="RG7e_Q1HWxDHngHTMkDe-68" parent="1" style="whiteSpace=wrap;html=1;aspect=fixed;" value="" vertex="1">
          <mxGeometry height="40" width="40" x="1871" y="560" as="geometry" />
        </mxCell>
        <mxCell id="RG7e_Q1HWxDHngHTMkDe-71" parent="1" style="whiteSpace=wrap;html=1;aspect=fixed;" value="" vertex="1">
          <mxGeometry height="40" width="40" x="2031" y="560" as="geometry" />
        </mxCell>
        <mxCell id="RG7e_Q1HWxDHngHTMkDe-72" edge="1" parent="1" style="endArrow=none;html=1;rounded=0;exitX=0.5;exitY=1;exitDx=0;exitDy=0;" target="RG7e_Q1HWxDHngHTMkDe-73" value="">
          <mxGeometry height="50" relative="1" width="50" as="geometry">
            <Array as="points" />
            <mxPoint x="2171" y="400" as="sourcePoint" />
            <mxPoint x="2140.5" y="460" as="targetPoint" />
          </mxGeometry>
        </mxCell>
        <mxCell id="RG7e_Q1HWxDHngHTMkDe-73" parent="1" style="whiteSpace=wrap;html=1;aspect=fixed;" value="" vertex="1">
          <mxGeometry height="40" width="40" x="2151" y="440" as="geometry" />
        </mxCell>
        <mxCell id="RG7e_Q1HWxDHngHTMkDe-74" edge="1" parent="1" source="RG7e_Q1HWxDHngHTMkDe-75" style="endArrow=none;html=1;rounded=0;exitX=0.5;exitY=0;exitDx=0;exitDy=0;entryX=0.5;entryY=1;entryDx=0;entryDy=0;" target="RG7e_Q1HWxDHngHTMkDe-53" value="">
          <mxGeometry height="50" relative="1" width="50" as="geometry">
            <mxPoint x="1801" y="440" as="sourcePoint" />
            <mxPoint x="1801" y="410" as="targetPoint" />
          </mxGeometry>
        </mxCell>
        <mxCell id="RG7e_Q1HWxDHngHTMkDe-75" parent="1" style="whiteSpace=wrap;html=1;aspect=fixed;" value="" vertex="1">
          <mxGeometry height="40" width="40" x="1751" y="440" as="geometry" />
        </mxCell>
        <mxCell id="RG7e_Q1HWxDHngHTMkDe-76" edge="1" parent="1" source="RG7e_Q1HWxDHngHTMkDe-59" style="endArrow=none;html=1;rounded=0;exitX=0.5;exitY=1;exitDx=0;exitDy=0;" target="RG7e_Q1HWxDHngHTMkDe-71" value="">
          <mxGeometry height="50" relative="1" width="50" as="geometry">
            <mxPoint x="1971" y="520" as="sourcePoint" />
            <mxPoint x="1971.5" y="560" as="targetPoint" />
          </mxGeometry>
        </mxCell>
        <mxCell id="RG7e_Q1HWxDHngHTMkDe-77" edge="1" parent="1" source="RG7e_Q1HWxDHngHTMkDe-68" style="endArrow=none;html=1;rounded=0;entryX=0.5;entryY=1;entryDx=0;entryDy=0;" target="RG7e_Q1HWxDHngHTMkDe-57" value="">
          <mxGeometry height="50" relative="1" width="50" as="geometry">
            <mxPoint x="1811" y="560" as="sourcePoint" />
            <mxPoint x="1861" y="510" as="targetPoint" />
          </mxGeometry>
        </mxCell>
        <mxCell id="RG7e_Q1HWxDHngHTMkDe-81" parent="1" style="rhombus;whiteSpace=wrap;html=1;" value="&lt;u&gt;Vkod&lt;/u&gt;" vertex="1">
          <mxGeometry height="80" width="80" x="2360" y="320" as="geometry" />
        </mxCell>
        <mxCell id="RG7e_Q1HWxDHngHTMkDe-89" edge="1" parent="1" source="RG7e_Q1HWxDHngHTMkDe-35" style="endArrow=none;html=1;rounded=0;exitX=0.5;exitY=0;exitDx=0;exitDy=0;" value="">
          <mxGeometry height="50" relative="1" width="50" as="geometry">
            <mxPoint x="200" y="280" as="sourcePoint" />
            <mxPoint x="580" y="280" as="targetPoint" />
          </mxGeometry>
        </mxCell>
        <mxCell id="RG7e_Q1HWxDHngHTMkDe-93" edge="1" parent="1" source="cRNSnMfscdT3k6Sjh0Lz-23" style="endArrow=none;html=1;rounded=0;entryX=0.5;entryY=1;entryDx=0;entryDy=0;exitX=0.5;exitY=0;exitDx=0;exitDy=0;" target="cRNSnMfscdT3k6Sjh0Lz-20" value="">
          <mxGeometry height="50" relative="1" width="50" as="geometry">
            <mxPoint x="168.57" y="490" as="sourcePoint" />
            <mxPoint x="218.57" y="440" as="targetPoint" />
          </mxGeometry>
        </mxCell>
        <mxCell id="RG7e_Q1HWxDHngHTMkDe-95" parent="1" style="rhombus;whiteSpace=wrap;html=1;" value="E_V_E" vertex="1">
          <mxGeometry height="80" width="80" x="3480" y="320" as="geometry" />
        </mxCell>
        <mxCell id="RG7e_Q1HWxDHngHTMkDe-102" edge="1" parent="1" source="RG7e_Q1HWxDHngHTMkDe-95" style="endArrow=none;html=1;rounded=0;entryX=1;entryY=0.5;entryDx=0;entryDy=0;exitX=0.5;exitY=0;exitDx=0;exitDy=0;" value="">
          <mxGeometry height="50" relative="1" width="50" as="geometry">
            <mxPoint x="3540" y="278.57" as="sourcePoint" />
            <mxPoint x="3330" y="278.5699999999999" as="targetPoint" />
          </mxGeometry>
        </mxCell>
        <mxCell id="RG7e_Q1HWxDHngHTMkDe-104" edge="1" parent="1" style="endArrow=none;html=1;rounded=0;entryX=0.5;entryY=1;entryDx=0;entryDy=0;" target="RG7e_Q1HWxDHngHTMkDe-33" value="">
          <mxGeometry height="50" relative="1" width="50" as="geometry">
            <mxPoint x="460" y="360" as="sourcePoint" />
            <mxPoint x="510" y="310" as="targetPoint" />
          </mxGeometry>
        </mxCell>
        <mxCell id="RG7e_Q1HWxDHngHTMkDe-106" edge="1" parent="1" style="endArrow=none;html=1;rounded=0;entryX=0.516;entryY=0.141;entryDx=0;entryDy=0;entryPerimeter=0;" target="0FGv2PfYBo6lVXiSrMio-5" value="">
          <mxGeometry height="50" relative="1" width="50" as="geometry">
            <mxPoint x="580" y="280" as="sourcePoint" />
            <mxPoint x="698.5699999999997" y="360" as="targetPoint" />
          </mxGeometry>
        </mxCell>
        <mxCell id="RG7e_Q1HWxDHngHTMkDe-108" edge="1" parent="1" style="endArrow=none;html=1;rounded=0;entryX=0.5;entryY=0;entryDx=0;entryDy=0;" target="RG7e_Q1HWxDHngHTMkDe-98" value="">
          <mxGeometry height="50" relative="1" width="50" as="geometry">
            <mxPoint x="3331" y="278.57" as="sourcePoint" />
            <mxPoint x="3140" y="279.57" as="targetPoint" />
          </mxGeometry>
        </mxCell>
        <mxCell id="RG7e_Q1HWxDHngHTMkDe-110" edge="1" parent="1" source="RG7e_Q1HWxDHngHTMkDe-98" style="endArrow=none;dashed=1;html=1;dashPattern=1 3;strokeWidth=2;rounded=0;" value="">
          <mxGeometry height="50" relative="1" width="50" as="geometry">
            <mxPoint x="3180" y="372" as="sourcePoint" />
            <mxPoint x="3140" y="372.28999999999996" as="targetPoint" />
          </mxGeometry>
        </mxCell>
        <mxCell id="RG7e_Q1HWxDHngHTMkDe-111" edge="1" parent="1" style="endArrow=none;dashed=1;html=1;dashPattern=1 3;strokeWidth=2;rounded=0;exitX=1;exitY=1;exitDx=0;exitDy=0;" value="">
          <mxGeometry height="50" relative="1" width="50" as="geometry">
            <mxPoint x="3540" y="370" as="sourcePoint" />
            <mxPoint x="3500" y="370" as="targetPoint" />
          </mxGeometry>
        </mxCell>
        <mxCell id="RG7e_Q1HWxDHngHTMkDe-98" parent="1" style="rhombus;whiteSpace=wrap;html=1;" value="E_V_V" vertex="1">
          <mxGeometry height="80" width="80" x="3120" y="320" as="geometry" />
        </mxCell>
        <mxCell id="neh2cUuCY0D2bWV3mWCs-2" edge="1" parent="1" style="endArrow=none;dashed=1;html=1;dashPattern=1 3;strokeWidth=2;rounded=0;exitX=1;exitY=1;exitDx=0;exitDy=0;entryX=0;entryY=1;entryDx=0;entryDy=0;" value="">
          <mxGeometry height="50" relative="1" width="50" as="geometry">
            <mxPoint x="3180" y="370" as="sourcePoint" />
            <mxPoint x="3140" y="370" as="targetPoint" />
          </mxGeometry>
        </mxCell>
        <mxCell id="o1hduBlmX-iCv-unI9vT-1" edge="1" parent="1" style="endArrow=none;html=1;rounded=0;entryX=0.5;entryY=1;entryDx=0;entryDy=0;" target="hJ1O73lJxuiaSyrEaOxn-84" value="">
          <mxGeometry height="50" relative="1" width="50" as="geometry">
            <mxPoint x="2582" y="598.57" as="sourcePoint" />
            <mxPoint x="2582" y="548.57" as="targetPoint" />
          </mxGeometry>
        </mxCell>
        <mxCell id="hJ1O73lJxuiaSyrEaOxn-84" parent="1" style="whiteSpace=wrap;html=1;aspect=fixed;" value="" vertex="1">
          <mxGeometry height="40" width="40" x="2562" y="558.57" as="geometry" />
        </mxCell>
        <mxCell id="o1hduBlmX-iCv-unI9vT-2" edge="1" parent="1" style="endArrow=none;html=1;rounded=0;" value="">
          <mxGeometry height="50" relative="1" width="50" as="geometry">
            <Array as="points" />
            <mxPoint x="339.3699999999999" y="440" as="sourcePoint" />
            <mxPoint x="339.3699999999999" y="440" as="targetPoint" />
          </mxGeometry>
        </mxCell>
        <mxCell id="govYzo9dzKMsj_5HjIoy-1" edge="1" parent="1" source="cRNSnMfscdT3k6Sjh0Lz-1" style="edgeStyle=orthogonalEdgeStyle;rounded=0;orthogonalLoop=1;jettySize=auto;html=1;exitX=0.5;exitY=1;exitDx=0;exitDy=0;" target="cRNSnMfscdT3k6Sjh0Lz-1">
          <mxGeometry relative="1" as="geometry" />
        </mxCell>
        <mxCell id="govYzo9dzKMsj_5HjIoy-2" edge="1" parent="1" source="RG7e_Q1HWxDHngHTMkDe-24" style="endArrow=none;html=1;rounded=0;exitX=0.5;exitY=0;exitDx=0;exitDy=0;entryX=0.5;entryY=1;entryDx=0;entryDy=0;" value="">
          <mxGeometry height="50" relative="1" width="50" as="geometry">
            <mxPoint x="1911.43" y="250" as="sourcePoint" />
            <mxPoint x="1420" y="400" as="targetPoint" />
          </mxGeometry>
        </mxCell>
        <mxCell id="0FGv2PfYBo6lVXiSrMio-1" edge="1" parent="1" style="endArrow=none;html=1;rounded=0;entryX=0.5;entryY=0;entryDx=0;entryDy=0;" target="RG7e_Q1HWxDHngHTMkDe-52" value="">
          <mxGeometry height="50" relative="1" width="50" as="geometry">
            <mxPoint x="1970" y="280" as="sourcePoint" />
            <mxPoint x="2270" y="280" as="targetPoint" />
          </mxGeometry>
        </mxCell>
        <mxCell id="0FGv2PfYBo6lVXiSrMio-4" parent="1" style="ellipse;shape=doubleEllipse;whiteSpace=wrap;html=1;" value="Muszak" vertex="1">
          <mxGeometry height="47" width="95" x="2123" y="356.5" as="geometry" />
        </mxCell>
        <mxCell id="0FGv2PfYBo6lVXiSrMio-5" parent="1" style="ellipse;shape=doubleEllipse;whiteSpace=wrap;html=1;" value="Vegzettseg" vertex="1">
          <mxGeometry height="39" width="88.93" x="654.1" y="360" as="geometry" />
        </mxCell>
        <mxCell id="0FGv2PfYBo6lVXiSrMio-6" parent="1" style="ellipse;shape=doubleEllipse;whiteSpace=wrap;html=1;" value="Vegzettseg" vertex="1">
          <mxGeometry height="39" width="88.93" x="1375.53" y="361" as="geometry" />
        </mxCell>
        <mxCell id="0FGv2PfYBo6lVXiSrMio-7" parent="1" style="rhombus;whiteSpace=wrap;html=1;" value="E_F" vertex="1">
          <mxGeometry height="80" width="80" x="760" y="318.57" as="geometry" />
        </mxCell>
        <mxCell id="0FGv2PfYBo6lVXiSrMio-8" edge="1" parent="1" style="endArrow=none;dashed=1;html=1;dashPattern=1 3;strokeWidth=2;rounded=0;" value="">
          <mxGeometry height="50" relative="1" width="50" as="geometry">
            <mxPoint x="780" y="370" as="sourcePoint" />
            <mxPoint x="820" y="370" as="targetPoint" />
          </mxGeometry>
        </mxCell>
        <mxCell id="0FGv2PfYBo6lVXiSrMio-9" edge="1" parent="1" style="endArrow=none;html=1;rounded=0;exitX=0.5;exitY=0;exitDx=0;exitDy=0;entryX=0.5;entryY=0;entryDx=0;entryDy=0;" target="0FGv2PfYBo6lVXiSrMio-7" value="">
          <mxGeometry height="50" relative="1" width="50" as="geometry">
            <mxPoint x="588.57" y="280" as="sourcePoint" />
            <mxPoint x="800" y="280" as="targetPoint" />
          </mxGeometry>
        </mxCell>
        <mxCell id="0FGv2PfYBo6lVXiSrMio-10" parent="1" style="rhombus;whiteSpace=wrap;html=1;" value="E_SZ" vertex="1">
          <mxGeometry height="80" width="80" x="1480" y="323.5" as="geometry" />
        </mxCell>
        <mxCell id="0FGv2PfYBo6lVXiSrMio-11" edge="1" parent="1" style="endArrow=none;dashed=1;html=1;dashPattern=1 3;strokeWidth=2;rounded=0;" value="">
          <mxGeometry height="50" relative="1" width="50" as="geometry">
            <mxPoint x="1495" y="373.5" as="sourcePoint" />
            <mxPoint x="1545" y="373.5" as="targetPoint" />
          </mxGeometry>
        </mxCell>
        <mxCell id="0FGv2PfYBo6lVXiSrMio-12" edge="1" parent="1" source="0FGv2PfYBo6lVXiSrMio-10" style="endArrow=none;html=1;rounded=0;entryX=0.5;entryY=0;entryDx=0;entryDy=0;exitX=0.5;exitY=0;exitDx=0;exitDy=0;" value="">
          <mxGeometry height="50" relative="1" width="50" as="geometry">
            <mxPoint x="1530" y="280" as="sourcePoint" />
            <mxPoint x="1210" y="280" as="targetPoint" />
          </mxGeometry>
        </mxCell>
        <mxCell id="0FGv2PfYBo6lVXiSrMio-13" edge="1" parent="1" source="0FGv2PfYBo6lVXiSrMio-14" style="endArrow=none;html=1;rounded=0;exitX=0.5;exitY=0;exitDx=0;exitDy=0;entryX=0.5;entryY=0;entryDx=0;entryDy=0;" value="">
          <mxGeometry height="50" relative="1" width="50" as="geometry">
            <mxPoint x="2260" y="280" as="sourcePoint" />
            <mxPoint x="1970" y="280" as="targetPoint" />
          </mxGeometry>
        </mxCell>
        <mxCell id="0FGv2PfYBo6lVXiSrMio-14" parent="1" style="rhombus;whiteSpace=wrap;html=1;" value="E_GY" vertex="1">
          <mxGeometry height="80" width="80" x="2240" y="319" as="geometry" />
        </mxCell>
        <mxCell id="0FGv2PfYBo6lVXiSrMio-15" edge="1" parent="1" style="endArrow=none;dashed=1;html=1;dashPattern=1 3;strokeWidth=2;rounded=0;" value="">
          <mxGeometry height="50" relative="1" width="50" as="geometry">
            <mxPoint x="2262" y="371" as="sourcePoint" />
            <mxPoint x="2302" y="371" as="targetPoint" />
          </mxGeometry>
        </mxCell>
        <mxCell id="0FGv2PfYBo6lVXiSrMio-16" edge="1" parent="1" source="RG7e_Q1HWxDHngHTMkDe-81" style="endArrow=none;html=1;rounded=0;exitX=0.5;exitY=0;exitDx=0;exitDy=0;" value="">
          <mxGeometry height="50" relative="1" width="50" as="geometry">
            <mxPoint x="2682" y="380.57" as="sourcePoint" />
            <mxPoint x="2702" y="285.57" as="targetPoint" />
          </mxGeometry>
        </mxCell>
        <mxCell id="0FGv2PfYBo6lVXiSrMio-23" edge="1" parent="1" style="endArrow=none;dashed=1;html=1;dashPattern=1 3;strokeWidth=2;rounded=0;" value="">
          <mxGeometry height="50" relative="1" width="50" as="geometry">
            <mxPoint x="2262" y="371" as="sourcePoint" />
            <mxPoint x="2302" y="371" as="targetPoint" />
          </mxGeometry>
        </mxCell>
-         <mxCell id="0FGv2PfYBo6lVXiSrMio-29" edge="1" parent="1" style="edgeStyle=elbowEdgeStyle;elbow=vertical;endArrow=classic;html=1;curved=0;rounded=0;endSize=8;startSize=8;exitX=0.5;exitY=1;exitDx=0;exitDy=0;" value="">
-           <mxGeometry height="50" relative="1" width="50" as="geometry">
-             <Array as="points">
-               <mxPoint x="410" y="640" />
-             </Array>
-             <mxPoint x="800" y="398.99999999999994" as="sourcePoint" />
-             <mxPoint x="-360" y="240" as="targetPoint" />
-           </mxGeometry>
-         </mxCell>
-         <mxCell id="0FGv2PfYBo6lVXiSrMio-30" edge="1" parent="1" source="0FGv2PfYBo6lVXiSrMio-10" style="edgeStyle=elbowEdgeStyle;elbow=vertical;endArrow=classic;html=1;curved=0;rounded=0;endSize=8;startSize=8;exitX=0.5;exitY=1;exitDx=0;exitDy=0;" value="">
+         <mxCell id="0FGv2PfYBo6lVXiSrMio-30" edge="1" parent="1" source="0FGv2PfYBo6lVXiSrMio-10" style="edgeStyle=elbowEdgeStyle;elbow=vertical;endArrow=classic;html=1;curved=0;rounded=0;endSize=8;startSize=8;exitX=0.5;exitY=1;exitDx=0;exitDy=0;dashed=1;entryX=0;entryY=1;entryDx=0;entryDy=0;" target="cRNSnMfscdT3k6Sjh0Lz-17" value="">
          <mxGeometry height="50" relative="1" width="50" as="geometry">
            <Array as="points">
              <mxPoint x="550" y="680" />
            </Array>
            <mxPoint x="1950" y="779" as="sourcePoint" />
-             <mxPoint x="-400" y="240" as="targetPoint" />
+             <mxPoint x="-360" y="440" as="targetPoint" />
+           </mxGeometry>
+         </mxCell>
+         <mxCell id="x0w9so4dNp3IYZclnGAJ-2" edge="1" parent="1" style="edgeStyle=elbowEdgeStyle;elbow=vertical;endArrow=classic;html=1;curved=0;rounded=1;endSize=8;startSize=8;exitX=0.5;exitY=1;exitDx=0;exitDy=0;dashed=1;entryX=0;entryY=0.5;entryDx=0;entryDy=0;" target="cRNSnMfscdT3k6Sjh0Lz-17" value="">
+           <mxGeometry height="50" relative="1" width="50" as="geometry">
+             <Array as="points">
+               <mxPoint x="980" y="720" />
+             </Array>
+             <mxPoint x="2280" y="394" as="sourcePoint" />
+             <mxPoint x="-330" y="350" as="targetPoint" />
+           </mxGeometry>
+         </mxCell>
+         <mxCell id="x0w9so4dNp3IYZclnGAJ-3" edge="1" parent="1" style="edgeStyle=elbowEdgeStyle;elbow=vertical;endArrow=classic;html=1;curved=0;rounded=0;endSize=8;startSize=8;exitX=0.5;exitY=1;exitDx=0;exitDy=0;dashed=1;entryX=1;entryY=1;entryDx=0;entryDy=0;" target="cRNSnMfscdT3k6Sjh0Lz-17" value="">
+           <mxGeometry height="50" relative="1" width="50" as="geometry">
+             <Array as="points">
+               <mxPoint x="-440" y="640" />
+             </Array>
+             <mxPoint x="800.0000000000002" y="394" as="sourcePoint" />
+             <mxPoint x="-1779.9999999999998" y="380" as="targetPoint" />
+           </mxGeometry>
+         </mxCell>
+         <mxCell id="x0w9so4dNp3IYZclnGAJ-4" edge="1" parent="1" style="edgeStyle=elbowEdgeStyle;elbow=vertical;endArrow=classic;html=1;curved=0;rounded=0;endSize=8;startSize=8;exitX=0.5;exitY=1;exitDx=0;exitDy=0;dashed=1;entryX=1;entryY=0.5;entryDx=0;entryDy=0;" target="cRNSnMfscdT3k6Sjh0Lz-17" value="">
+           <mxGeometry height="50" relative="1" width="50" as="geometry">
+             <Array as="points">
+               <mxPoint x="1640" y="700" />
+             </Array>
+             <mxPoint x="3520" y="394" as="sourcePoint" />
+             <mxPoint x="940" y="380" as="targetPoint" />
+           </mxGeometry>
+         </mxCell>
+         <mxCell id="y3Kb53CsWiTvwE6Cgm8Y-1" edge="1" parent="1" source="RG7e_Q1HWxDHngHTMkDe-98" style="edgeStyle=elbowEdgeStyle;elbow=vertical;endArrow=classic;html=1;curved=0;rounded=0;endSize=8;startSize=8;exitX=0.5;exitY=1;exitDx=0;exitDy=0;dashed=1;entryX=0.5;entryY=1;entryDx=0;entryDy=0;" target="RG7e_Q1HWxDHngHTMkDe-81" value="">
+           <mxGeometry height="50" relative="1" width="50" as="geometry">
+             <Array as="points">
+               <mxPoint x="2780" y="720" />
+             </Array>
+             <mxPoint x="3670" y="514" as="sourcePoint" />
+             <mxPoint x="2380" y="570" as="targetPoint" />
+           </mxGeometry>
+         </mxCell>
+         <mxCell id="y3Kb53CsWiTvwE6Cgm8Y-4" edge="1" parent="1" source="cRNSnMfscdT3k6Sjh0Lz-2" style="endArrow=none;html=1;rounded=0;exitX=0.5;exitY=0;exitDx=0;exitDy=0;" value="">
+           <mxGeometry height="50" relative="1" width="50" as="geometry">
+             <mxPoint x="1540" y="50" as="sourcePoint" />
+             <mxPoint x="1590" as="targetPoint" />
+           </mxGeometry>
+         </mxCell>
+         <mxCell id="y3Kb53CsWiTvwE6Cgm8Y-5" edge="1" parent="1" source="RG7e_Q1HWxDHngHTMkDe-33" style="endArrow=none;html=1;rounded=0;exitX=0.5;exitY=0;exitDx=0;exitDy=0;" value="">
+           <mxGeometry height="50" relative="1" width="50" as="geometry">
+             <mxPoint x="14.5" y="220" as="sourcePoint" />
+             <mxPoint x="1585.5" as="targetPoint" />
+           </mxGeometry>
+         </mxCell>
+         <mxCell id="y3Kb53CsWiTvwE6Cgm8Y-6" edge="1" parent="1" source="RG7e_Q1HWxDHngHTMkDe-1" style="endArrow=none;html=1;rounded=0;exitX=0.5;exitY=0;exitDx=0;exitDy=0;" value="">
+           <mxGeometry height="50" relative="1" width="50" as="geometry">
+             <mxPoint x="590" y="220" as="sourcePoint" />
+             <mxPoint x="1580" as="targetPoint" />
+           </mxGeometry>
+         </mxCell>
+         <mxCell id="y3Kb53CsWiTvwE6Cgm8Y-7" edge="1" parent="1" source="RG7e_Q1HWxDHngHTMkDe-50" style="endArrow=none;html=1;rounded=0;exitX=0.5;exitY=0;exitDx=0;exitDy=0;" value="">
+           <mxGeometry height="50" relative="1" width="50" as="geometry">
+             <mxPoint x="1210" y="218.57" as="sourcePoint" />
+             <mxPoint x="1585.5" y="-1.4300000000000068" as="targetPoint" />
+           </mxGeometry>
+         </mxCell>
+         <mxCell id="y3Kb53CsWiTvwE6Cgm8Y-8" edge="1" parent="1" style="endArrow=none;html=1;rounded=0;entryX=0.5;entryY=0;entryDx=0;entryDy=0;" target="hJ1O73lJxuiaSyrEaOxn-70" value="">
+           <mxGeometry height="50" relative="1" width="50" as="geometry">
+             <mxPoint x="1580" as="sourcePoint" />
+             <mxPoint x="1880" y="30" as="targetPoint" />
+           </mxGeometry>
+         </mxCell>
+         <mxCell id="y3Kb53CsWiTvwE6Cgm8Y-9" edge="1" parent="1" style="endArrow=none;html=1;rounded=0;entryX=0.5;entryY=0;entryDx=0;entryDy=0;" value="">
+           <mxGeometry height="50" relative="1" width="50" as="geometry">
+             <mxPoint x="1590" as="sourcePoint" />
+             <mxPoint x="3340" y="220" as="targetPoint" />
          </mxGeometry>
        </mxCell>
      </root>
    </mxGraphModel>
  </diagram>
</mxfile>
